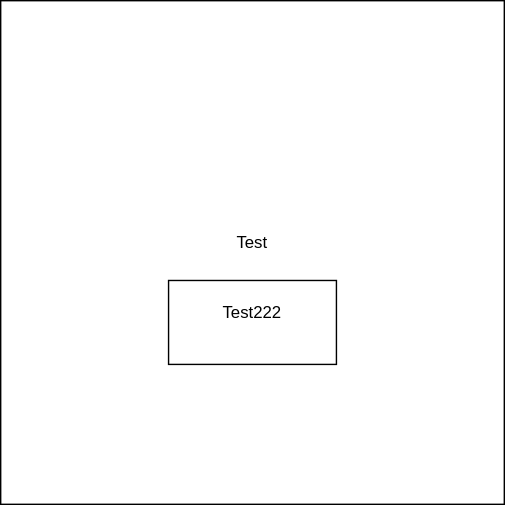
The draw.io diagram System Diagram.drawio.svg in ihaha424/TP, before a commit. Source tidied: cells renumbered, new cells last; positions are measured from the earlier drawing's top-left corner, leaving out a move shared by most shapes.
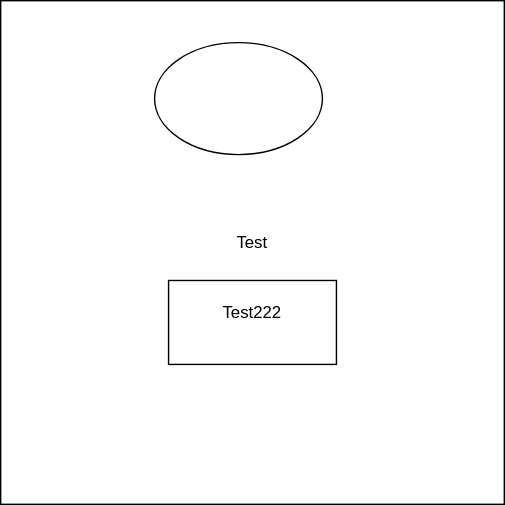
The same diagram one commit later.

Change to the diagram source:
```diff
@@ -8,5 +8,8 @@
     <mxCell id="3" value="Test222&lt;div&gt;&lt;br&gt;&lt;/div&gt;" style="rounded=0;whiteSpace=wrap;html=1;" parent="1" vertex="1">
       <mxGeometry x="120" y="200" width="120" height="60" as="geometry" />
     </mxCell>
+    <mxCell id="4" style="ellipse;whiteSpace=wrap;html=1;" parent="1" vertex="1">
+      <mxGeometry x="110" y="30" width="120" height="80" as="geometry" />
+    </mxCell>
   </root>
 </mxGraphModel>
```
